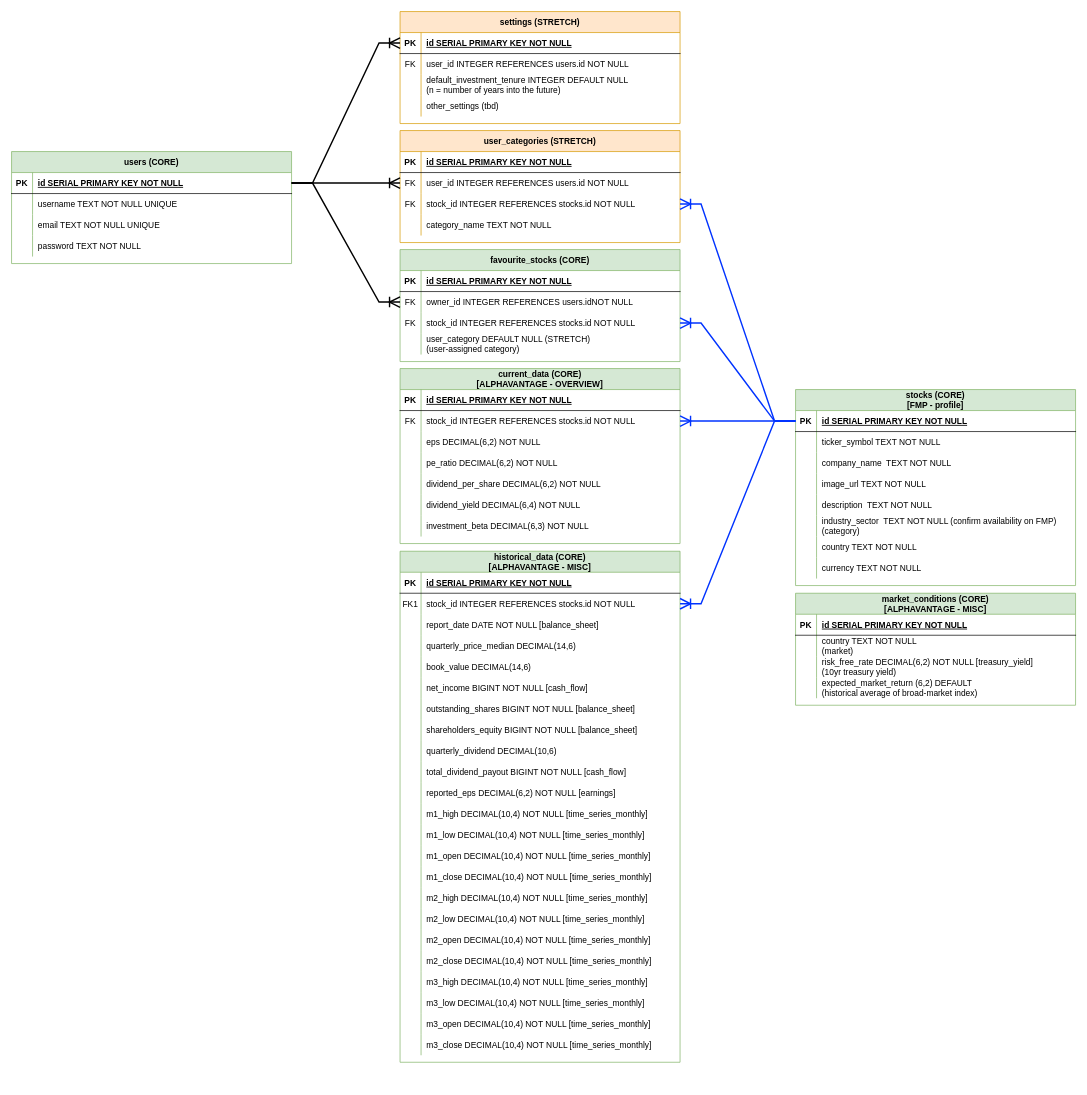
Before: planning/ERD-portfolio-prophet.drawio in gary92gs/Final_Project, a draw.io diagram. Source tidied: cells renumbered, new cells numbered last; positions are measured from the earlier drawing's top-left corner, leaving out a move shared by most shapes. Both pictures are drawn from the tidied source at 70%, with x=0, y=0 at pixel (11, 11).
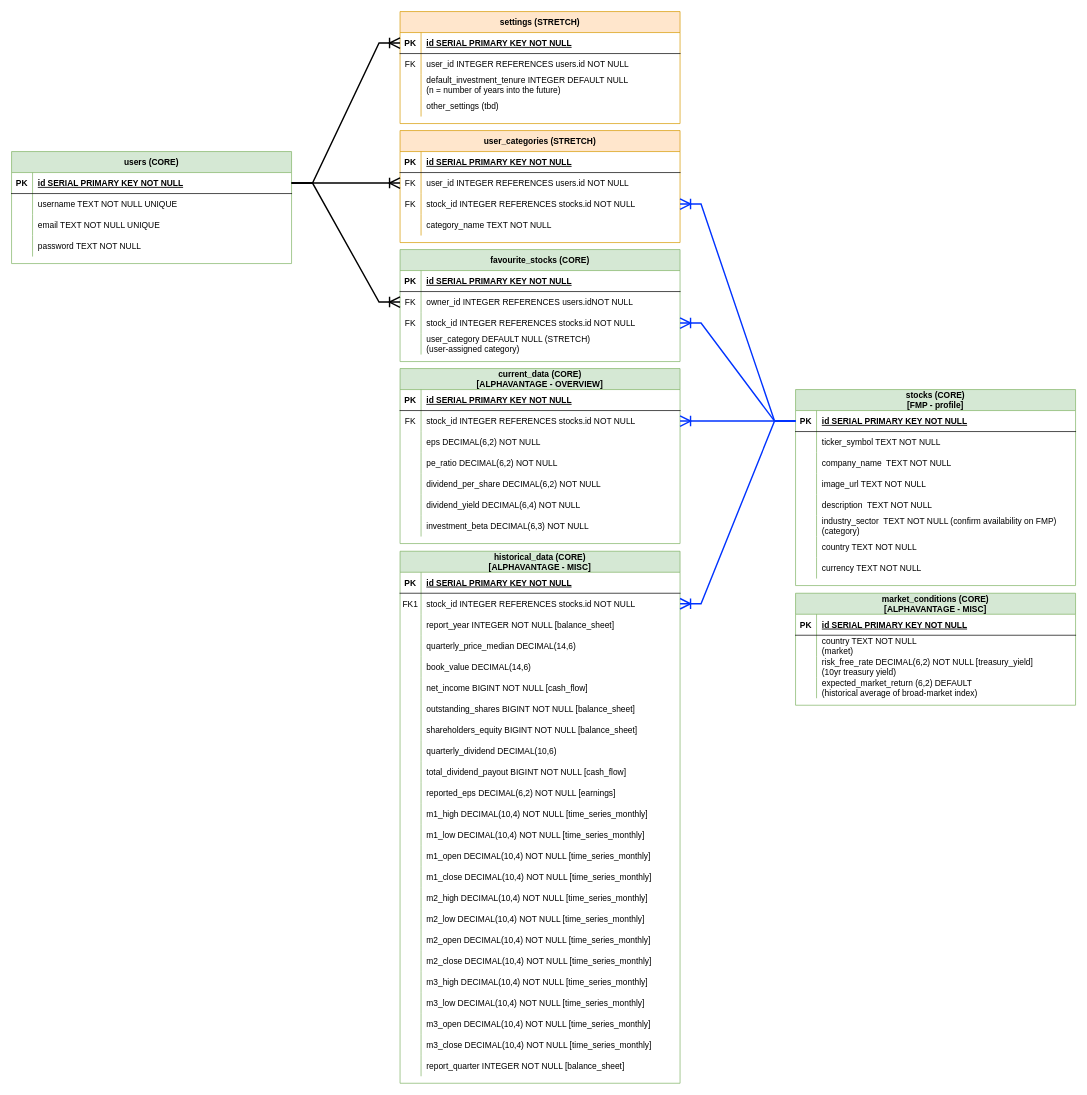
The same page after the edit.

Commit message (it also covers changes not shown here):
updates erd and api data formatting to use year and quarter instead of report date strings

Unchanged cells that the change refers to:
```xml
<mxCell id="9" style="shape=partialRectangle;fillColor=none;top=0;left=0;right=0;bottom=0;" parent="2" vertex="1">
  <mxGeometry y="90" width="400" height="30" as="geometry" />
</mxCell>
```

Diff of the diagram source:
```diff
@@
     <mxCell id="2" value="historical_data (CORE)&#10;[ALPHAVANTAGE - MISC]" style="shape=table;startSize=30;childLayout=tableLayout;rowLines=0;fontStyle=1;align=center;fillColor=#d5e8d4;strokeColor=#82b366;" parent="1" vertex="1">
-      <mxGeometry x="555" y="771" width="400" height="730" as="geometry" />
+      <mxGeometry x="555" y="771" width="400" height="760" as="geometry" />
     </mxCell>
@@
-    <mxCell id="11" value="report_date DATE NOT NULL [balance_sheet]" style="shape=partialRectangle;overflow=hidden;fillColor=none;top=0;left=0;bottom=0;right=0;align=left;spacingLeft=6;" parent="9" vertex="1">
+    <mxCell id="11" value="report_year INTEGER NOT NULL [balance_sheet]" style="shape=partialRectangle;overflow=hidden;fillColor=none;top=0;left=0;bottom=0;right=0;align=left;spacingLeft=6;" parent="9" vertex="1">
       <mxGeometry x="30" width="370" height="30" as="geometry" />
     </mxCell>
@@
+    <mxCell id="191" style="shape=partialRectangle;fillColor=none;top=0;left=0;right=0;bottom=0;" parent="2" vertex="1">
+      <mxGeometry y="720" width="400" height="30" as="geometry" />
+    </mxCell>
+    <mxCell id="192" style="shape=partialRectangle;overflow=hidden;fillColor=none;top=0;left=0;bottom=0;right=0;" parent="191" vertex="1">
+      <mxGeometry width="30" height="30" as="geometry" />
+    </mxCell>
+    <mxCell id="193" value="report_quarter INTEGER NOT NULL [balance_sheet]" style="shape=partialRectangle;overflow=hidden;fillColor=none;top=0;left=0;bottom=0;right=0;align=left;spacingLeft=6;" parent="191" vertex="1">
+      <mxGeometry x="30" width="370" height="30" as="geometry" />
+    </mxCell>
```
